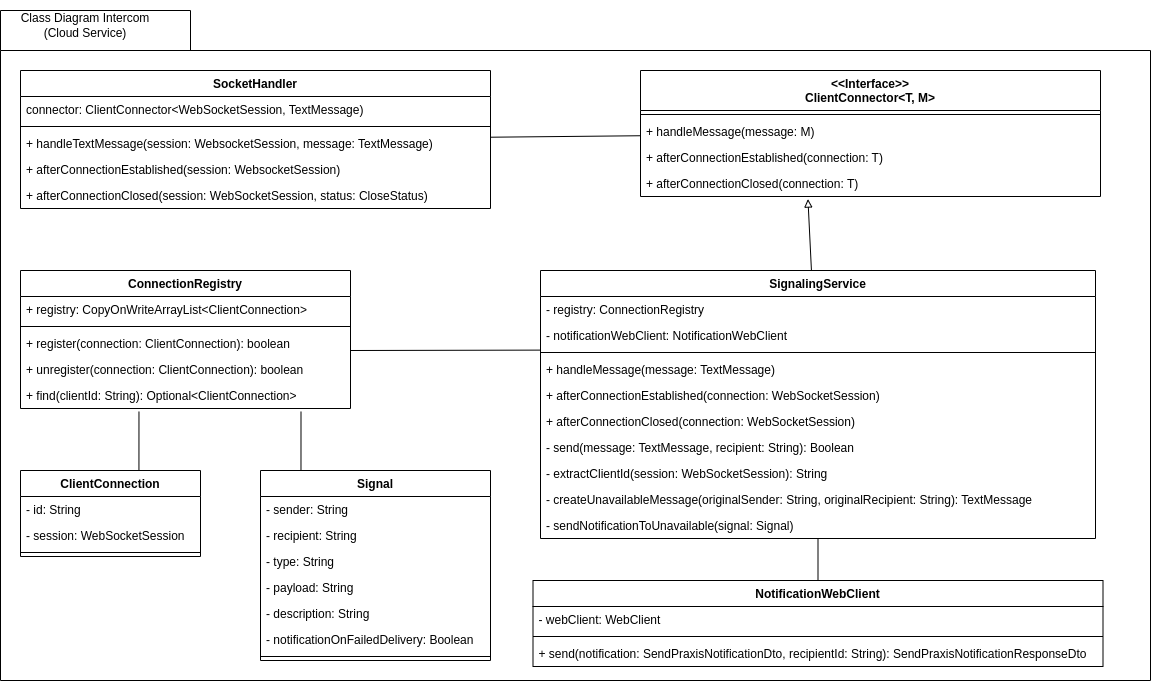
The draw.io diagram src/graphics/diagramms/Class_Intercom_Full_V01.png in jsvilling/IP6_Bachelorarbeit_Bericht_Cloudbasiertes_Praxisrufsystem, before a commit. Source tidied: cells renumbered, new cells last; positions are measured from the earlier drawing's top-left corner, leaving out a move shared by most shapes. Source of this version:
```xml
<mxGraphModel>
  <root>
    <mxCell id="0" />
    <mxCell id="1" parent="0" />
    <mxCell id="2" style="shape=folder;fontStyle=1;spacingTop=10;tabWidth=190;tabHeight=40;tabPosition=left;html=1;rounded=0;shadow=0;comic=0;labelBackgroundColor=none;strokeWidth=1;fillColor=none;fontFamily=Verdana;fontSize=10;align=center;" parent="1" vertex="1">
      <mxGeometry y="10" width="1150" height="670" as="geometry" />
    </mxCell>
    <mxCell id="3" value="&lt;&lt;Interface&gt;&gt;&#10;ClientConnector&lt;T, M&gt;" style="swimlane;fontStyle=1;align=center;verticalAlign=top;horizontal=1;startSize=40;" parent="1" vertex="1">
      <mxGeometry x="640" y="70" width="460" height="126" as="geometry" />
    </mxCell>
    <mxCell id="4" style="line;strokeWidth=1;fillColor=none;align=left;verticalAlign=middle;spacingTop=-1;spacingLeft=3;spacingRight=3;labelPosition=right;" parent="3" vertex="1">
      <mxGeometry y="40" width="460" height="8" as="geometry" />
    </mxCell>
    <mxCell id="5" value="+ handleMessage(message: M)" style="text;strokeColor=none;fillColor=none;align=left;verticalAlign=top;spacingLeft=4;spacingRight=4;overflow=hidden;" parent="3" vertex="1">
      <mxGeometry y="48" width="460" height="26" as="geometry" />
    </mxCell>
    <mxCell id="6" value="+ afterConnectionEstablished(connection: T)" style="text;strokeColor=none;fillColor=none;align=left;verticalAlign=top;spacingLeft=4;spacingRight=4;overflow=hidden;" parent="3" vertex="1">
      <mxGeometry y="74" width="460" height="26" as="geometry" />
    </mxCell>
    <mxCell id="7" value="+ afterConnectionClosed(connection: T)" style="text;strokeColor=none;fillColor=none;align=left;verticalAlign=top;spacingLeft=4;spacingRight=4;overflow=hidden;points=[[0,0.5],[1,0.5]];portConstraint=eastwest;" parent="3" vertex="1">
      <mxGeometry y="100" width="460" height="26" as="geometry" />
    </mxCell>
    <mxCell id="8" value="SocketHandler" style="swimlane;fontStyle=1;align=center;verticalAlign=top;horizontal=1;startSize=26;" parent="1" vertex="1">
      <mxGeometry x="20" y="70" width="470" height="138" as="geometry" />
    </mxCell>
    <mxCell id="9" value="connector: ClientConnector&lt;WebSocketSession, TextMessage)" style="text;strokeColor=none;fillColor=none;align=left;verticalAlign=top;spacingLeft=4;spacingRight=4;overflow=hidden;" parent="8" vertex="1">
      <mxGeometry y="26" width="470" height="26" as="geometry" />
    </mxCell>
    <mxCell id="10" style="line;strokeWidth=1;fillColor=none;align=left;verticalAlign=middle;spacingTop=-1;spacingLeft=3;spacingRight=3;labelPosition=right;" parent="8" vertex="1">
      <mxGeometry y="52" width="470" height="8" as="geometry" />
    </mxCell>
    <mxCell id="11" value="+ handleTextMessage(session: WebsocketSession, message: TextMessage)" style="text;strokeColor=none;fillColor=none;align=left;verticalAlign=top;spacingLeft=4;spacingRight=4;overflow=hidden;" parent="8" vertex="1">
      <mxGeometry y="60" width="470" height="26" as="geometry" />
    </mxCell>
    <mxCell id="12" value="+ afterConnectionEstablished(session: WebsocketSession)" style="text;strokeColor=none;fillColor=none;align=left;verticalAlign=top;spacingLeft=4;spacingRight=4;overflow=hidden;" parent="8" vertex="1">
      <mxGeometry y="86" width="470" height="26" as="geometry" />
    </mxCell>
    <mxCell id="13" value="+ afterConnectionClosed(session: WebSocketSession, status: CloseStatus)" style="text;strokeColor=none;fillColor=none;align=left;verticalAlign=top;spacingLeft=4;spacingRight=4;overflow=hidden;" parent="8" vertex="1">
      <mxGeometry y="112" width="470" height="26" as="geometry" />
    </mxCell>
    <mxCell id="14" style="endArrow=none;html=1;rounded=0;" parent="1" edge="1" source="8" target="3">
      <mxGeometry relative="1" as="geometry" />
    </mxCell>
    <mxCell id="15" value="SignalingService" style="swimlane;fontStyle=1;align=center;verticalAlign=top;horizontal=1;startSize=26;" parent="1" vertex="1">
      <mxGeometry x="540" y="270" width="555" height="268" as="geometry" />
    </mxCell>
    <mxCell id="16" value="- registry: ConnectionRegistry" style="text;strokeColor=none;fillColor=none;align=left;verticalAlign=top;spacingLeft=4;spacingRight=4;overflow=hidden;" parent="15" vertex="1">
      <mxGeometry y="26" width="555" height="26" as="geometry" />
    </mxCell>
    <mxCell id="17" value="- notificationWebClient: NotificationWebClient" style="text;strokeColor=none;fillColor=none;align=left;verticalAlign=top;spacingLeft=4;spacingRight=4;overflow=hidden;points=[[0,0.5],[1,0.5]];portConstraint=eastwest;" parent="15" vertex="1">
      <mxGeometry y="52" width="555" height="26" as="geometry" />
    </mxCell>
    <mxCell id="18" style="line;strokeWidth=1;fillColor=none;align=left;verticalAlign=middle;spacingTop=-1;spacingLeft=3;spacingRight=3;labelPosition=right;" parent="15" vertex="1">
      <mxGeometry y="78" width="555" height="8" as="geometry" />
    </mxCell>
    <mxCell id="19" value="+ handleMessage(message: TextMessage)" style="text;strokeColor=none;fillColor=none;align=left;verticalAlign=top;spacingLeft=4;spacingRight=4;overflow=hidden;" parent="15" vertex="1">
      <mxGeometry y="86" width="555" height="26" as="geometry" />
    </mxCell>
    <mxCell id="20" value="+ afterConnectionEstablished(connection: WebSocketSession)" style="text;strokeColor=none;fillColor=none;align=left;verticalAlign=top;spacingLeft=4;spacingRight=4;overflow=hidden;" parent="15" vertex="1">
      <mxGeometry y="112" width="555" height="26" as="geometry" />
    </mxCell>
    <mxCell id="21" value="+ afterConnectionClosed(connection: WebSocketSession)" style="text;strokeColor=none;fillColor=none;align=left;verticalAlign=top;spacingLeft=4;spacingRight=4;overflow=hidden;" parent="15" vertex="1">
      <mxGeometry y="138" width="555" height="26" as="geometry" />
    </mxCell>
    <mxCell id="22" value="- send(message: TextMessage, recipient: String): Boolean" style="text;strokeColor=none;fillColor=none;align=left;verticalAlign=top;spacingLeft=4;spacingRight=4;overflow=hidden;" parent="15" vertex="1">
      <mxGeometry y="164" width="555" height="26" as="geometry" />
    </mxCell>
    <mxCell id="23" value="- extractClientId(session: WebSocketSession): String" style="text;strokeColor=none;fillColor=none;align=left;verticalAlign=top;spacingLeft=4;spacingRight=4;overflow=hidden;" parent="15" vertex="1">
      <mxGeometry y="190" width="555" height="26" as="geometry" />
    </mxCell>
    <mxCell id="24" value="- createUnavailableMessage(originalSender: String, originalRecipient: String): TextMessage" style="text;strokeColor=none;fillColor=none;align=left;verticalAlign=top;spacingLeft=4;spacingRight=4;overflow=hidden;" parent="15" vertex="1">
      <mxGeometry y="216" width="555" height="26" as="geometry" />
    </mxCell>
    <mxCell id="25" value="- sendNotificationToUnavailable(signal: Signal)" style="text;strokeColor=none;fillColor=none;align=left;verticalAlign=top;spacingLeft=4;spacingRight=4;overflow=hidden;" parent="15" vertex="1">
      <mxGeometry y="242" width="555" height="26" as="geometry" />
    </mxCell>
    <mxCell id="26" style="endArrow=block;html=1;rounded=0;entryX=0.364;entryY=1.099;entryDx=0;entryDy=0;entryPerimeter=0;endFill=0;" parent="1" edge="1" source="15" target="7">
      <mxGeometry relative="1" as="geometry" />
    </mxCell>
    <mxCell id="27" value="ConnectionRegistry" style="swimlane;fontStyle=1;align=center;verticalAlign=top;horizontal=1;startSize=26;" parent="1" vertex="1">
      <mxGeometry x="20" y="270" width="330" height="138" as="geometry" />
    </mxCell>
    <mxCell id="28" value="+ registry: CopyOnWriteArrayList&lt;ClientConnection&gt;" style="text;strokeColor=none;fillColor=none;align=left;verticalAlign=top;spacingLeft=4;spacingRight=4;overflow=hidden;" parent="27" vertex="1">
      <mxGeometry y="26" width="330" height="26" as="geometry" />
    </mxCell>
    <mxCell id="29" style="line;strokeWidth=1;fillColor=none;align=left;verticalAlign=middle;spacingTop=-1;spacingLeft=3;spacingRight=3;labelPosition=right;" parent="27" vertex="1">
      <mxGeometry y="52" width="330" height="8" as="geometry" />
    </mxCell>
    <mxCell id="30" value="+ register(connection: ClientConnection): boolean" style="text;strokeColor=none;fillColor=none;align=left;verticalAlign=top;spacingLeft=4;spacingRight=4;overflow=hidden;" parent="27" vertex="1">
      <mxGeometry y="60" width="330" height="26" as="geometry" />
    </mxCell>
    <mxCell id="31" value="+ unregister(connection: ClientConnection): boolean" style="text;strokeColor=none;fillColor=none;align=left;verticalAlign=top;spacingLeft=4;spacingRight=4;overflow=hidden;" parent="27" vertex="1">
      <mxGeometry y="86" width="330" height="26" as="geometry" />
    </mxCell>
    <mxCell id="32" value="+ find(clientId: String): Optional&lt;ClientConnection&gt;" style="text;strokeColor=none;fillColor=none;align=left;verticalAlign=top;spacingLeft=4;spacingRight=4;overflow=hidden;points=[[0,0.5],[1,0.5]];portConstraint=eastwest;" parent="27" vertex="1">
      <mxGeometry y="112" width="330" height="26" as="geometry" />
    </mxCell>
    <mxCell id="33" style="endArrow=none;html=1;rounded=0;entryX=0;entryY=1.062;entryDx=0;entryDy=0;entryPerimeter=0;" parent="1" edge="1" target="17">
      <mxGeometry relative="1" as="geometry">
        <mxPoint x="350" y="350" as="sourcePoint" />
      </mxGeometry>
    </mxCell>
    <mxCell id="34" value="NotificationWebClient" style="swimlane;fontStyle=1;align=center;verticalAlign=top;horizontal=1;startSize=26;" parent="1" vertex="1">
      <mxGeometry x="532.5" y="580" width="570" height="86" as="geometry" />
    </mxCell>
    <mxCell id="35" value="- webClient: WebClient" style="text;strokeColor=none;fillColor=none;align=left;verticalAlign=top;spacingLeft=4;spacingRight=4;overflow=hidden;" parent="34" vertex="1">
      <mxGeometry y="26" width="570" height="26" as="geometry" />
    </mxCell>
    <mxCell id="36" style="line;strokeWidth=1;fillColor=none;align=left;verticalAlign=middle;spacingTop=-1;spacingLeft=3;spacingRight=3;labelPosition=right;" parent="34" vertex="1">
      <mxGeometry y="52" width="570" height="8" as="geometry" />
    </mxCell>
    <mxCell id="37" value="+ send(notification: SendPraxisNotificationDto, recipientId: String): SendPraxisNotificationResponseDto" style="text;strokeColor=none;fillColor=none;align=left;verticalAlign=top;spacingLeft=4;spacingRight=4;overflow=hidden;" parent="34" vertex="1">
      <mxGeometry y="60" width="570" height="26" as="geometry" />
    </mxCell>
    <mxCell id="38" style="endArrow=none;html=1;rounded=0;" parent="1" edge="1" source="34" target="15">
      <mxGeometry relative="1" as="geometry" />
    </mxCell>
    <mxCell id="39" value="ClientConnection" style="swimlane;fontStyle=1;align=center;verticalAlign=top;horizontal=1;startSize=26;" parent="1" vertex="1">
      <mxGeometry x="20" y="470" width="180" height="86" as="geometry" />
    </mxCell>
    <mxCell id="40" value="- id: String" style="text;strokeColor=none;fillColor=none;align=left;verticalAlign=top;spacingLeft=4;spacingRight=4;overflow=hidden;" parent="39" vertex="1">
      <mxGeometry y="26" width="180" height="26" as="geometry" />
    </mxCell>
    <mxCell id="41" value="- session: WebSocketSession" style="text;strokeColor=none;fillColor=none;align=left;verticalAlign=top;spacingLeft=4;spacingRight=4;overflow=hidden;" parent="39" vertex="1">
      <mxGeometry y="52" width="180" height="26" as="geometry" />
    </mxCell>
    <mxCell id="42" style="line;strokeWidth=1;fillColor=none;align=left;verticalAlign=middle;spacingTop=-1;spacingLeft=3;spacingRight=3;labelPosition=right;" parent="39" vertex="1">
      <mxGeometry y="78" width="180" height="8" as="geometry" />
    </mxCell>
    <mxCell id="43" style="endArrow=none;html=1;rounded=0;exitX=0.658;exitY=-0.004;exitDx=0;exitDy=0;exitPerimeter=0;entryX=0.359;entryY=1.115;entryDx=0;entryDy=0;entryPerimeter=0;" parent="1" edge="1" source="39" target="32">
      <mxGeometry relative="1" as="geometry" />
    </mxCell>
    <mxCell id="44" value="Signal" style="swimlane;fontStyle=1;align=center;verticalAlign=top;horizontal=1;startSize=26;" parent="1" vertex="1">
      <mxGeometry x="260" y="470" width="230" height="190" as="geometry" />
    </mxCell>
    <mxCell id="45" value="- sender: String" style="text;strokeColor=none;fillColor=none;align=left;verticalAlign=top;spacingLeft=4;spacingRight=4;overflow=hidden;" parent="44" vertex="1">
      <mxGeometry y="26" width="230" height="26" as="geometry" />
    </mxCell>
    <mxCell id="46" value="- recipient: String" style="text;strokeColor=none;fillColor=none;align=left;verticalAlign=top;spacingLeft=4;spacingRight=4;overflow=hidden;" parent="44" vertex="1">
      <mxGeometry y="52" width="230" height="26" as="geometry" />
    </mxCell>
    <mxCell id="47" value="- type: String" style="text;strokeColor=none;fillColor=none;align=left;verticalAlign=top;spacingLeft=4;spacingRight=4;overflow=hidden;" parent="44" vertex="1">
      <mxGeometry y="78" width="230" height="26" as="geometry" />
    </mxCell>
    <mxCell id="48" value="- payload: String" style="text;strokeColor=none;fillColor=none;align=left;verticalAlign=top;spacingLeft=4;spacingRight=4;overflow=hidden;" parent="44" vertex="1">
      <mxGeometry y="104" width="230" height="26" as="geometry" />
    </mxCell>
    <mxCell id="49" value="- description: String" style="text;strokeColor=none;fillColor=none;align=left;verticalAlign=top;spacingLeft=4;spacingRight=4;overflow=hidden;" parent="44" vertex="1">
      <mxGeometry y="130" width="230" height="26" as="geometry" />
    </mxCell>
    <mxCell id="50" value="- notificationOnFailedDelivery: Boolean" style="text;strokeColor=none;fillColor=none;align=left;verticalAlign=top;spacingLeft=4;spacingRight=4;overflow=hidden;" parent="44" vertex="1">
      <mxGeometry y="156" width="230" height="26" as="geometry" />
    </mxCell>
    <mxCell id="51" style="line;strokeWidth=1;fillColor=none;align=left;verticalAlign=middle;spacingTop=-1;spacingLeft=3;spacingRight=3;labelPosition=right;" parent="44" vertex="1">
      <mxGeometry y="182" width="230" height="8" as="geometry" />
    </mxCell>
    <mxCell id="52" style="endArrow=none;html=1;rounded=0;entryX=0.85;entryY=1.115;entryDx=0;entryDy=0;entryPerimeter=0;exitX=0.176;exitY=0.002;exitDx=0;exitDy=0;exitPerimeter=0;" parent="1" edge="1" source="44" target="32">
      <mxGeometry relative="1" as="geometry" />
    </mxCell>
    <mxCell id="53" value="Class Diagram Intercom (Cloud Service)" style="text;html=1;strokeColor=none;fillColor=none;align=center;verticalAlign=middle;whiteSpace=wrap;rounded=0;" parent="1" vertex="1">
      <mxGeometry x="10" width="150" height="50" as="geometry" />
    </mxCell>
  </root>
</mxGraphModel>
```
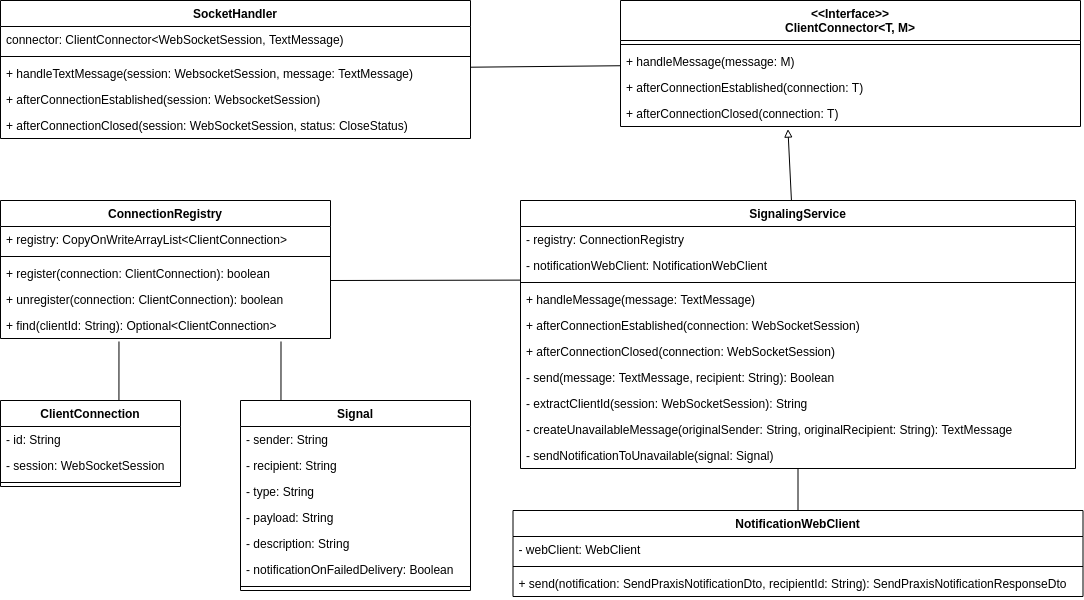
The same diagram one commit later.

What changed in the source:
```diff
@@ -2,9 +2,6 @@
   <root>
     <mxCell id="0" />
     <mxCell id="1" parent="0" />
-    <mxCell id="2" style="shape=folder;fontStyle=1;spacingTop=10;tabWidth=190;tabHeight=40;tabPosition=left;html=1;rounded=0;shadow=0;comic=0;labelBackgroundColor=none;strokeWidth=1;fillColor=none;fontFamily=Verdana;fontSize=10;align=center;" parent="1" vertex="1">
-      <mxGeometry y="10" width="1150" height="670" as="geometry" />
-    </mxCell>
     <mxCell id="3" value="&lt;&lt;Interface&gt;&gt;&#10;ClientConnector&lt;T, M&gt;" style="swimlane;fontStyle=1;align=center;verticalAlign=top;horizontal=1;startSize=40;" parent="1" vertex="1">
       <mxGeometry x="640" y="70" width="460" height="126" as="geometry" />
     </mxCell>
@@ -157,8 +154,5 @@
     <mxCell id="52" style="endArrow=none;html=1;rounded=0;entryX=0.85;entryY=1.115;entryDx=0;entryDy=0;entryPerimeter=0;exitX=0.176;exitY=0.002;exitDx=0;exitDy=0;exitPerimeter=0;" parent="1" edge="1" source="44" target="32">
       <mxGeometry relative="1" as="geometry" />
     </mxCell>
-    <mxCell id="53" value="Class Diagram Intercom (Cloud Service)" style="text;html=1;strokeColor=none;fillColor=none;align=center;verticalAlign=middle;whiteSpace=wrap;rounded=0;" parent="1" vertex="1">
-      <mxGeometry x="10" width="150" height="50" as="geometry" />
-    </mxCell>
   </root>
 </mxGraphModel>
```
